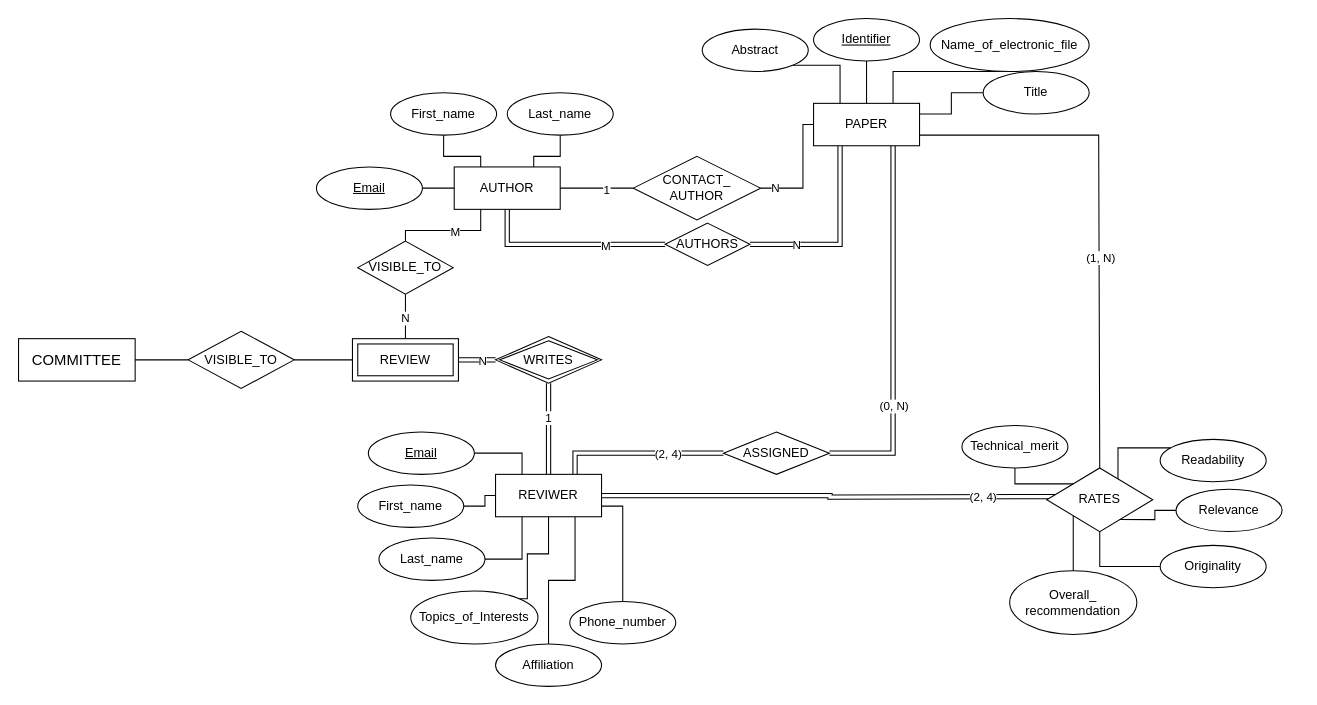
cloudyyoung/cpsc-471 keeps this draw.io diagram as page "3.34" (3 of 5) of Untitled Diagram.drawio. Above is the earlier version. Source tidied: cells renumbered, new cells numbered last; positions are measured from the earlier drawing's top-left corner, leaving out a move shared by most shapes. Both pictures are drawn from the tidied source at 106%, with x=0, y=0 at pixel (18, 18).
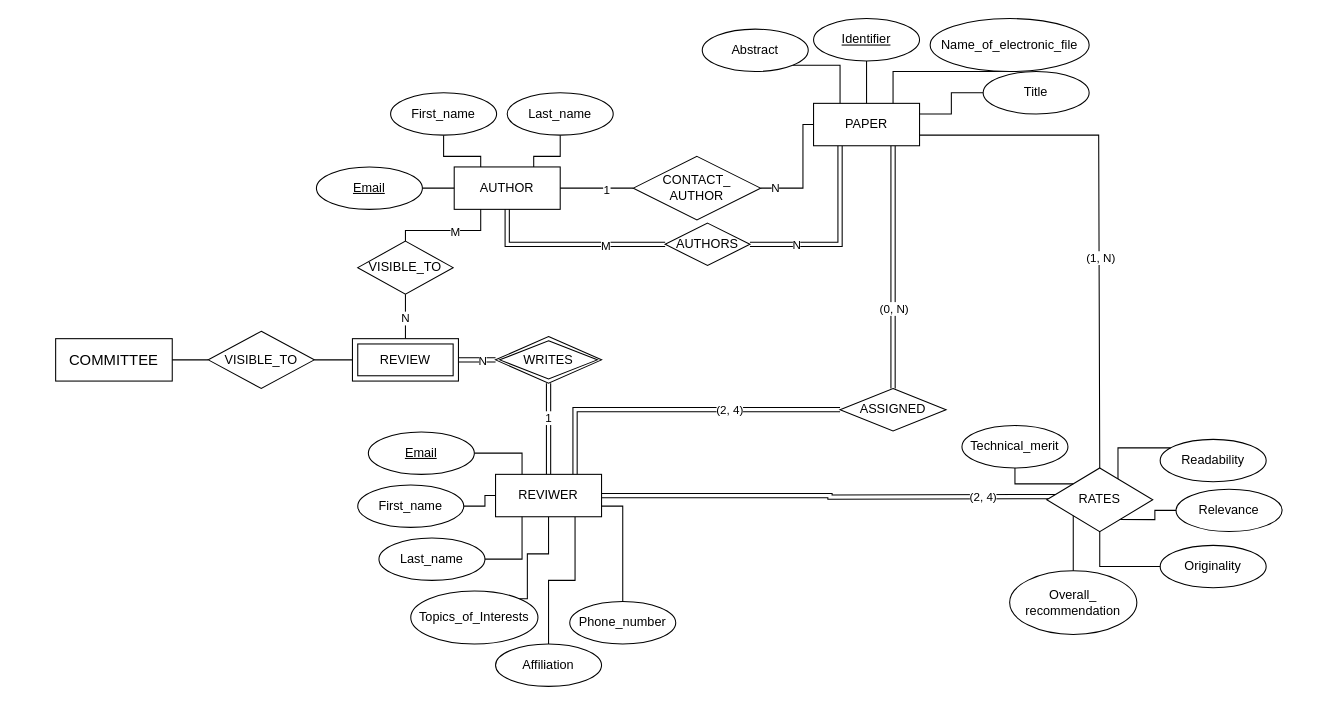
The same page after the edit.

The change refers to these unchanged cells:
```xml
<mxCell id="25" value="PAPER" style="whiteSpace=wrap;html=1;align=center;" parent="24" vertex="1">
  <mxGeometry y="80" width="100" height="40" as="geometry" />
</mxCell>
```

Diff of the diagram source:
```diff
@@
-    <mxCell id="19" style="edgeStyle=orthogonalEdgeStyle;rounded=0;jettySize=auto;html=1;exitX=1;exitY=0.5;exitDx=0;exitDy=0;entryX=0.75;entryY=1;entryDx=0;entryDy=0;endArrow=none;endFill=0;strokeColor=default;shape=link;" parent="1" edge="1" source="21" target="25">
+    <mxCell id="19" style="edgeStyle=orthogonalEdgeStyle;rounded=0;jettySize=auto;html=1;entryX=0.75;entryY=1;entryDx=0;entryDy=0;endArrow=none;endFill=0;strokeColor=default;shape=link;" parent="1" edge="1" source="21" target="25">
       <mxGeometry relative="1" as="geometry" />
     </mxCell>
@@
     <mxCell id="21" value="ASSIGNED" style="rhombus;whiteSpace=wrap;html=1;" parent="1" vertex="1">
-      <mxGeometry x="665" y="390" width="100" height="40" as="geometry" />
+      <mxGeometry x="775" y="349" width="100" height="40" as="geometry" />
     </mxCell>
@@
     <mxCell id="75" value="COMMITTEE" style="whiteSpace=wrap;html=1;align=center;labelBackgroundColor=none;fontSize=14;" parent="1" vertex="1">
-      <mxGeometry y="302" width="110" height="40" as="geometry" />
+      <mxGeometry x="35" y="302" width="110" height="40" as="geometry" />
     </mxCell>
@@
     <mxCell id="78" value="VISIBLE_TO" style="rhombus;whiteSpace=wrap;html=1;strokeColor=default;" parent="1" vertex="1">
-      <mxGeometry x="160" y="295" width="100" height="54" as="geometry" />
+      <mxGeometry x="179" y="295" width="100" height="54" as="geometry" />
     </mxCell>
```
